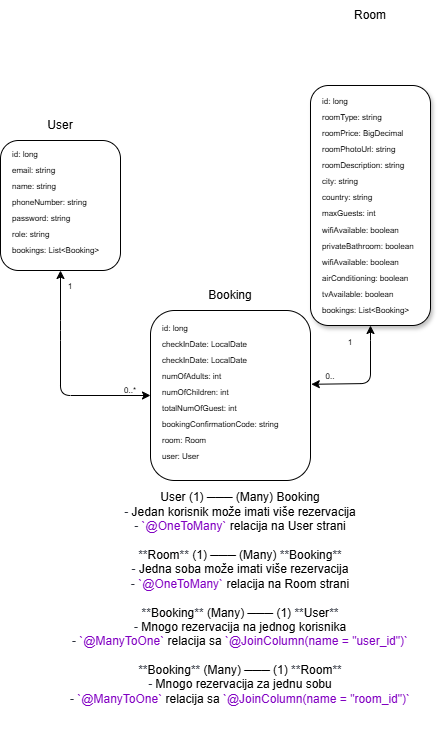
This is dijagram.drawio.png from mbulic97/eHotelMirnes, a draw.io export, as it was before one commit. Source tidied: cells renumbered, new cells last; positions are measured from the earlier drawing's top-left corner, leaving out a move shared by most shapes.
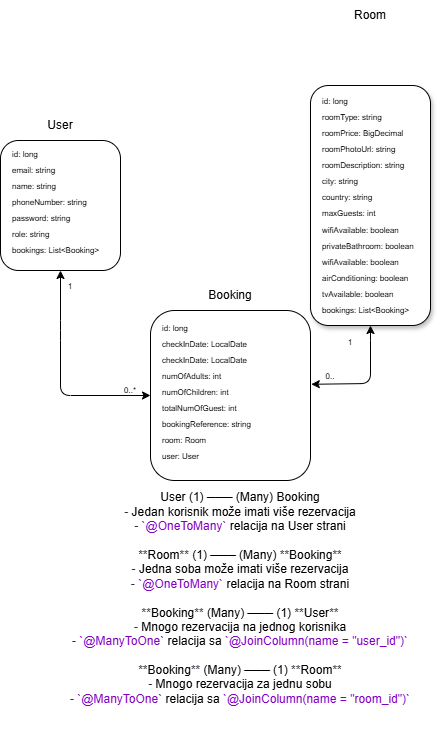
Later version of the same file.

The edit, as a diff of the source:
```diff
@@ -56,7 +56,7 @@
     <mxCell id="19" value="numOfChildren: int" style="text;strokeColor=none;align=left;fillColor=none;html=1;verticalAlign=middle;whiteSpace=wrap;rounded=0;fontSize=8;fontStyle=0;" parent="1" vertex="1">
       <mxGeometry x="160" y="384" width="90" height="16" as="geometry" />
     </mxCell>
-    <mxCell id="20" value="bookingConfirmationCode: string" style="text;strokeColor=none;align=left;fillColor=none;html=1;verticalAlign=middle;whiteSpace=wrap;rounded=0;fontSize=8;fontStyle=0;" parent="1" vertex="1">
+    <mxCell id="20" value="bookingReference: string" style="text;strokeColor=none;align=left;fillColor=none;html=1;verticalAlign=middle;whiteSpace=wrap;rounded=0;fontSize=8;fontStyle=0;" parent="1" vertex="1">
       <mxGeometry x="160" y="416" width="120" height="16" as="geometry" />
     </mxCell>
     <mxCell id="21" value="user: User" style="text;strokeColor=none;align=left;fillColor=none;html=1;verticalAlign=middle;whiteSpace=wrap;rounded=0;fontSize=8;fontStyle=0;" parent="1" vertex="1">
```
